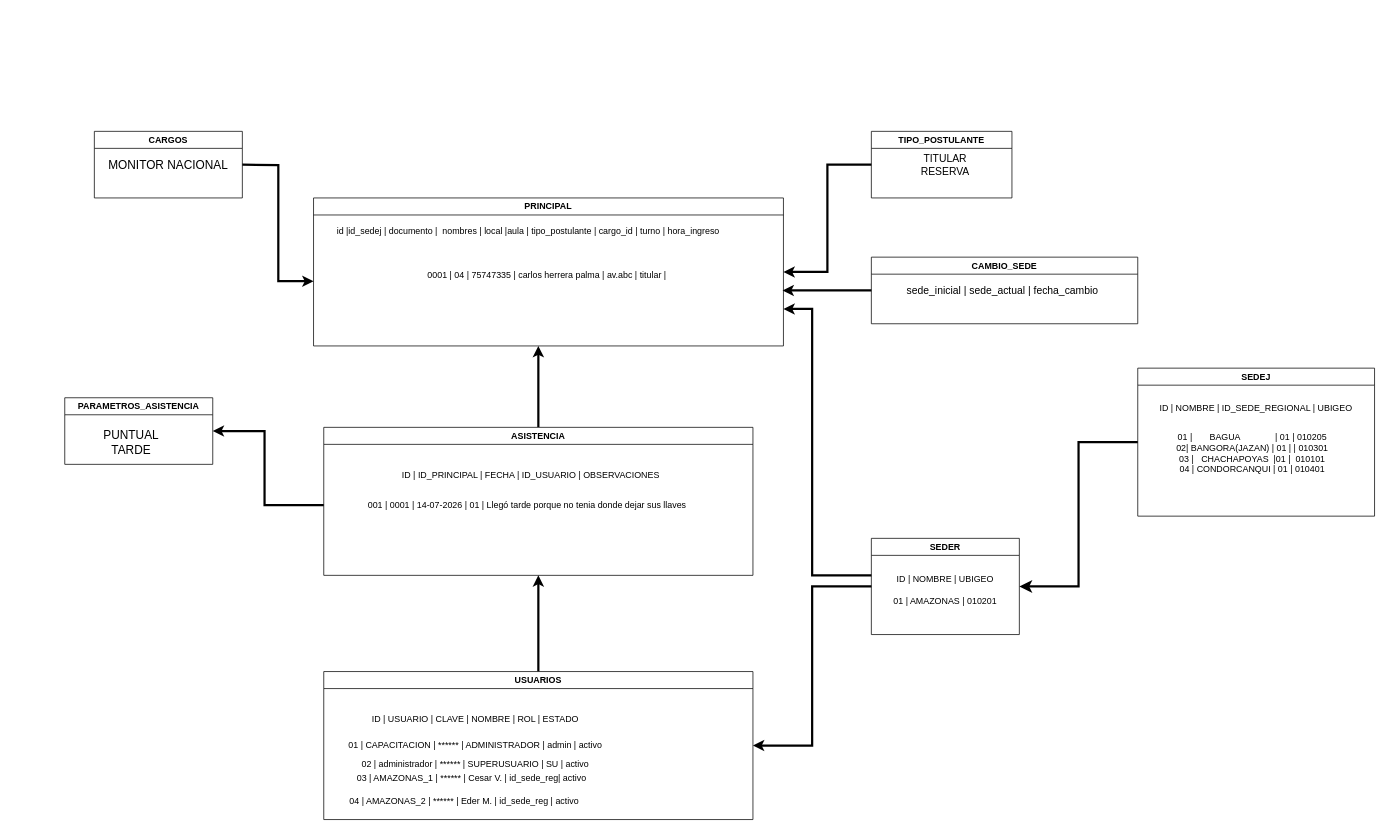
The draw.io diagram docs/DIAGRAMA-ENLA.drawio in carlosaherrerap/async, before the edit. Source tidied: cells renumbered, new cells numbered last; positions are measured from the earlier drawing's top-left corner, leaving out a move shared by most shapes. Both pictures are drawn from the tidied source at 74%, with x=0, y=0 at pixel (64, 131).
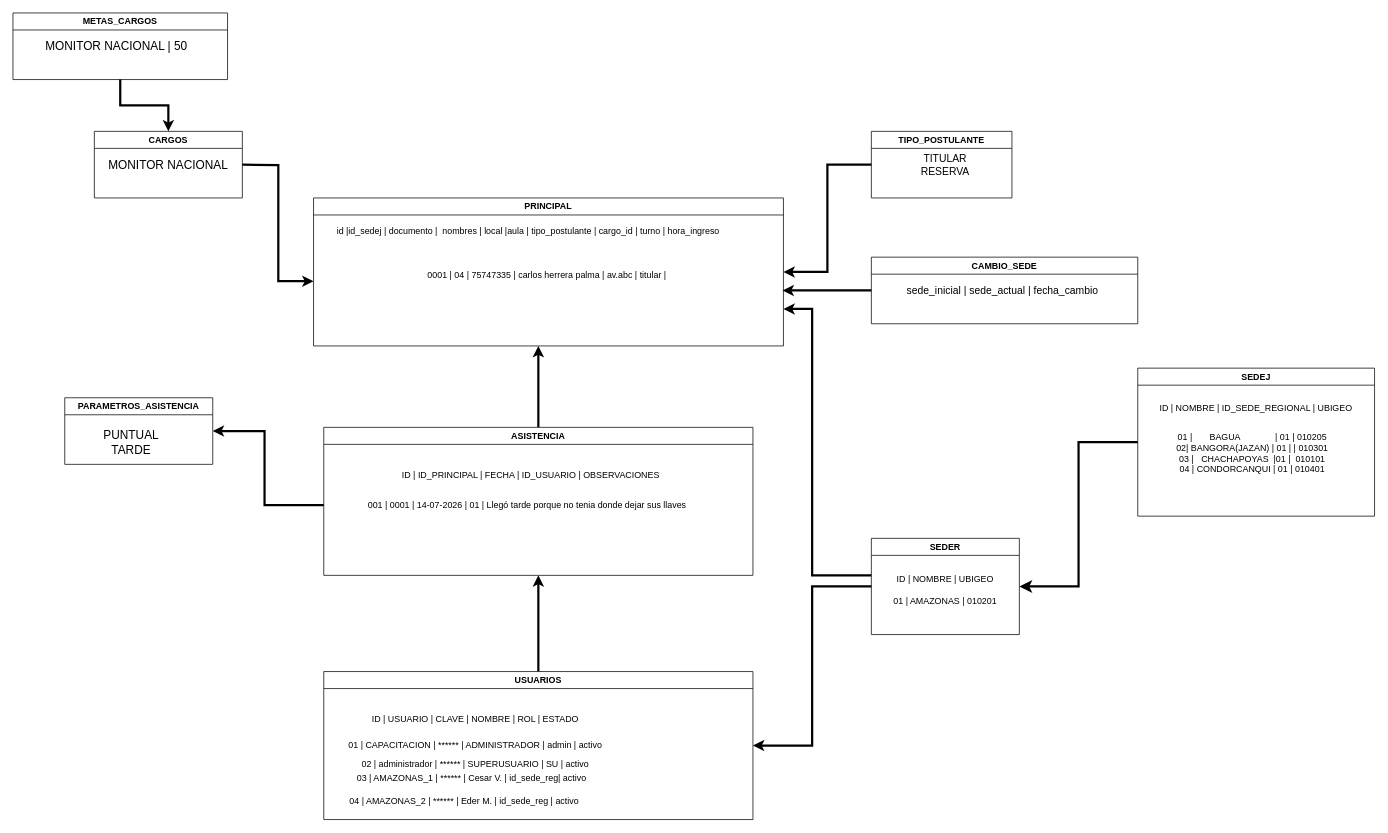
The same page after the edit.

The change refers to these unchanged cells:
```xml
<mxCell id="31" value="CARGOS" style="swimlane;whiteSpace=wrap;html=1;" parent="1" vertex="1">
  <mxGeometry x="40" width="200" height="90" as="geometry" />
</mxCell>
```

Diff of the diagram source:
```diff
@@
+    <mxCell id="37" style="edgeStyle=orthogonalEdgeStyle;rounded=0;jettySize=auto;html=1;entryX=0.5;entryY=0;entryDx=0;entryDy=0;strokeWidth=3;" parent="1" edge="1" source="38" target="31">
+      <mxGeometry relative="1" as="geometry" />
+    </mxCell>
+    <mxCell id="38" value="METAS_CARGOS" style="swimlane;whiteSpace=wrap;html=1;" parent="1" vertex="1">
+      <mxGeometry x="-70" y="-160" width="290" height="90" as="geometry" />
+    </mxCell>
+    <mxCell id="39" value="&lt;span style=&quot;font-size: 16px;&quot;&gt;MONITOR NACIONAL | 50&lt;/span&gt;" style="text;html=1;whiteSpace=wrap;strokeColor=none;fillColor=none;align=center;verticalAlign=middle;rounded=0;" parent="38" vertex="1">
+      <mxGeometry x="10" y="25" width="260" height="40" as="geometry" />
+    </mxCell>
```
